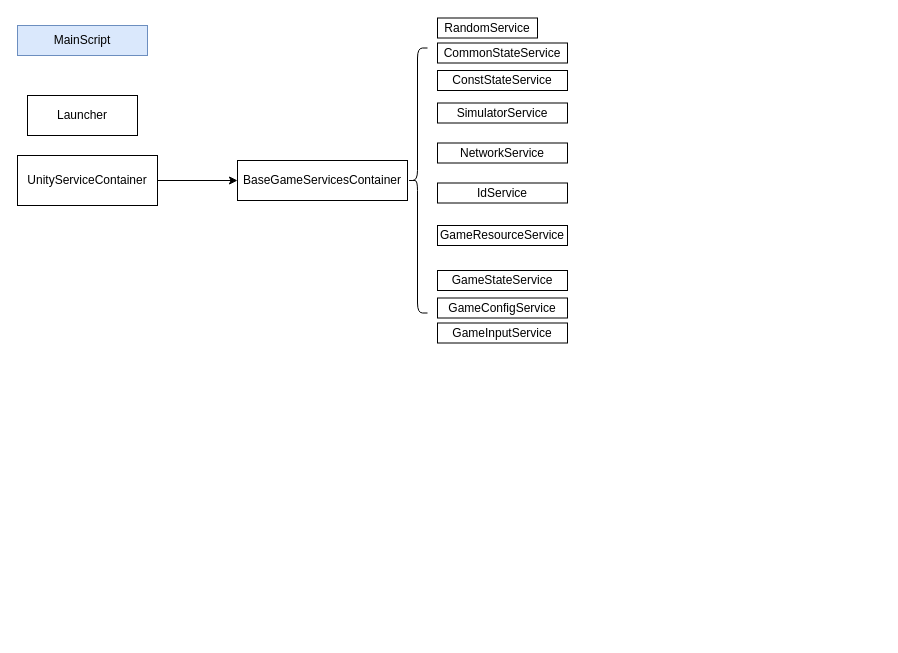
Earlier version of the draw.io diagram 05.游戏编程/Rollback Design.drawio (BUGyyc/myMd). Source tidied: cells renumbered, new cells numbered last; positions are measured from the earlier drawing's top-left corner, leaving out a move shared by most shapes. Both pictures are drawn from the tidied source at 100%, with x=0, y=0 at pixel (17, 17).
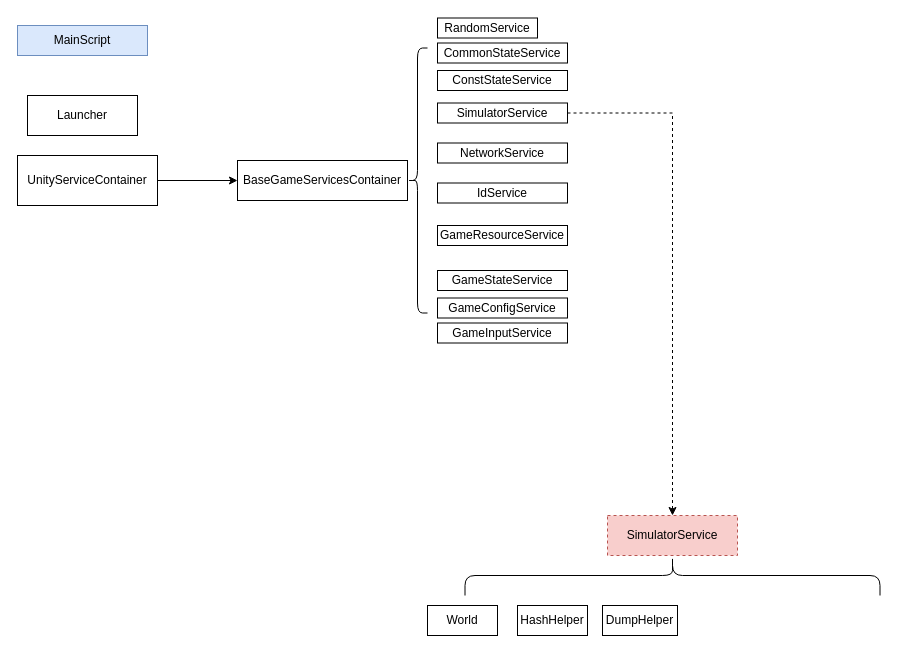
After the change.

Unchanged cells that the change refers to:
```xml
<mxCell id="11" value="SimulatorService" style="rounded=0;whiteSpace=wrap;html=1;gradientColor=none;" parent="1" vertex="1">
  <mxGeometry x="420" y="85.5" width="130" height="20" as="geometry" />
</mxCell>
```

What changed in the source:
```diff
@@
+    <mxCell id="18" style="edgeStyle=orthogonalEdgeStyle;rounded=0;jettySize=auto;html=1;dashed=1;" parent="1" edge="1" source="11" target="19">
+      <mxGeometry relative="1" as="geometry" />
+    </mxCell>
@@
+    <mxCell id="19" value="SimulatorService" style="rounded=0;whiteSpace=wrap;html=1;fillColor=#f8cecc;strokeColor=#b85450;dashed=1;" parent="1" vertex="1">
+      <mxGeometry x="590" y="498" width="130" height="40" as="geometry" />
+    </mxCell>
@@
+    <mxCell id="20" style="shape=curlyBracket;whiteSpace=wrap;html=1;rounded=1;gradientColor=none;direction=south;" parent="1" vertex="1">
+      <mxGeometry x="447.5" y="538" width="415" height="40" as="geometry" />
+    </mxCell>
+    <mxCell id="21" value="World" style="rounded=0;whiteSpace=wrap;html=1;gradientColor=none;" parent="1" vertex="1">
+      <mxGeometry x="410" y="588" width="70" height="30" as="geometry" />
+    </mxCell>
+    <mxCell id="22" value="HashHelper" style="rounded=0;whiteSpace=wrap;html=1;gradientColor=none;" parent="1" vertex="1">
+      <mxGeometry x="500" y="588" width="70" height="30" as="geometry" />
+    </mxCell>
+    <mxCell id="23" value="DumpHelper" style="rounded=0;whiteSpace=wrap;html=1;gradientColor=none;" parent="1" vertex="1">
+      <mxGeometry x="585" y="588" width="75" height="30" as="geometry" />
+    </mxCell>
```
